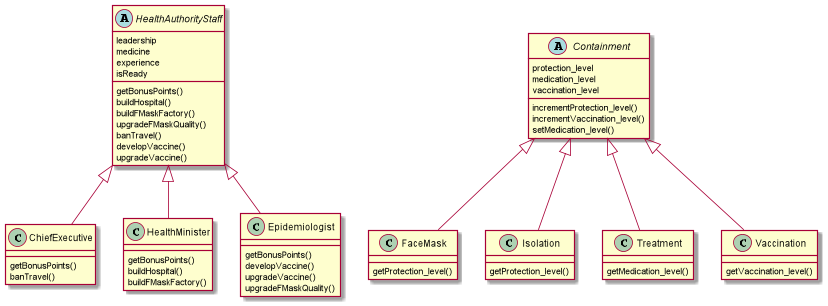
The PlantUML diagram roles_conts.png in ahmad-hl/comp3021-corona-spring2021, before a commit. Source of this version:
```plantuml
@startuml

abstract class HealthAuthorityStaff{
leadership
medicine
experience
isReady

getBonusPoints()
buildHospital()
buildFMaskFactory()
upgradeFMaskQuality()
banTravel()
developVaccine()
upgradeVaccine()
}

class ChiefExecutive{
getBonusPoints()
banTravel()
}
class HealthMinister{
getBonusPoints()
buildHospital()
buildFMaskFactory()
}
class Epidemiologist{
getBonusPoints()
developVaccine()
upgradeVaccine()
upgradeFMaskQuality()
}
HealthAuthorityStaff <|-- ChiefExecutive
HealthAuthorityStaff <|-- HealthMinister
HealthAuthorityStaff <|-- Epidemiologist

abstract class Containment{
protection_level
medication_level
vaccination_level
incrementProtection_level()
incrementVaccination_level()
setMedication_level()
}
class FaceMask{
getProtection_level()
}
class Isolation{
getProtection_level()
}
class Treatment{
getMedication_level()
}
class Vaccination{
getVaccination_level()
}
Containment <|-- FaceMask
Containment <|-- Isolation
Containment <|-- Treatment
Containment <|-- Vaccination
@enduml
```
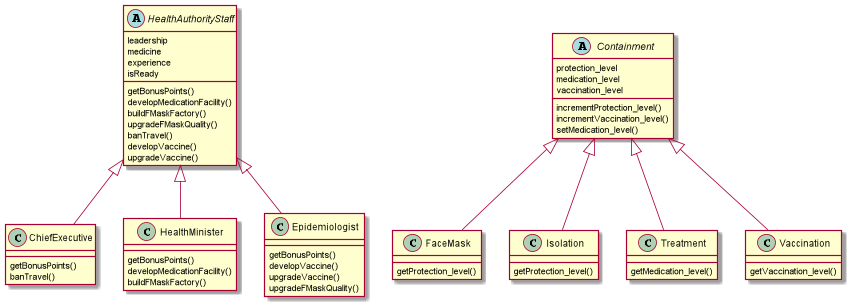
The same diagram one commit later.

Commit message:
added: game engine composition => class diagram.

Diff of the diagram source:
```diff
@@ -7,7 +7,7 @@
 isReady
 
 getBonusPoints()
-buildHospital()
+developMedicationFacility()
 buildFMaskFactory()
 upgradeFMaskQuality()
 banTravel()
@@ -21,7 +21,7 @@
 }
 class HealthMinister{
 getBonusPoints()
-buildHospital()
+developMedicationFacility()
 buildFMaskFactory()
 }
 class Epidemiologist{
```
